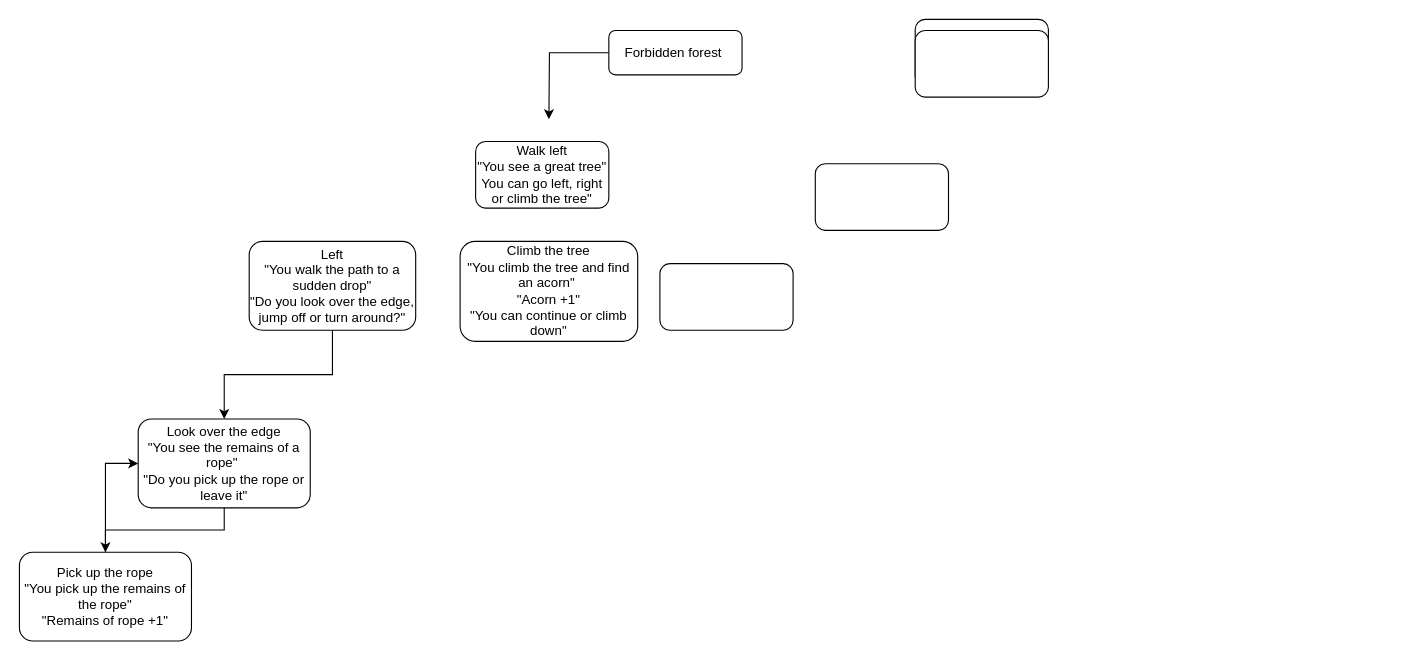
The draw.io diagram Untitled Diagram.drawio in Volenc/Volenc, before the edit. Source tidied: cells renumbered, new cells numbered last; positions are measured from the earlier drawing's top-left corner, leaving out a move shared by most shapes. Both pictures are drawn from the tidied source at 111%, with x=0, y=0 at pixel (19, 19).
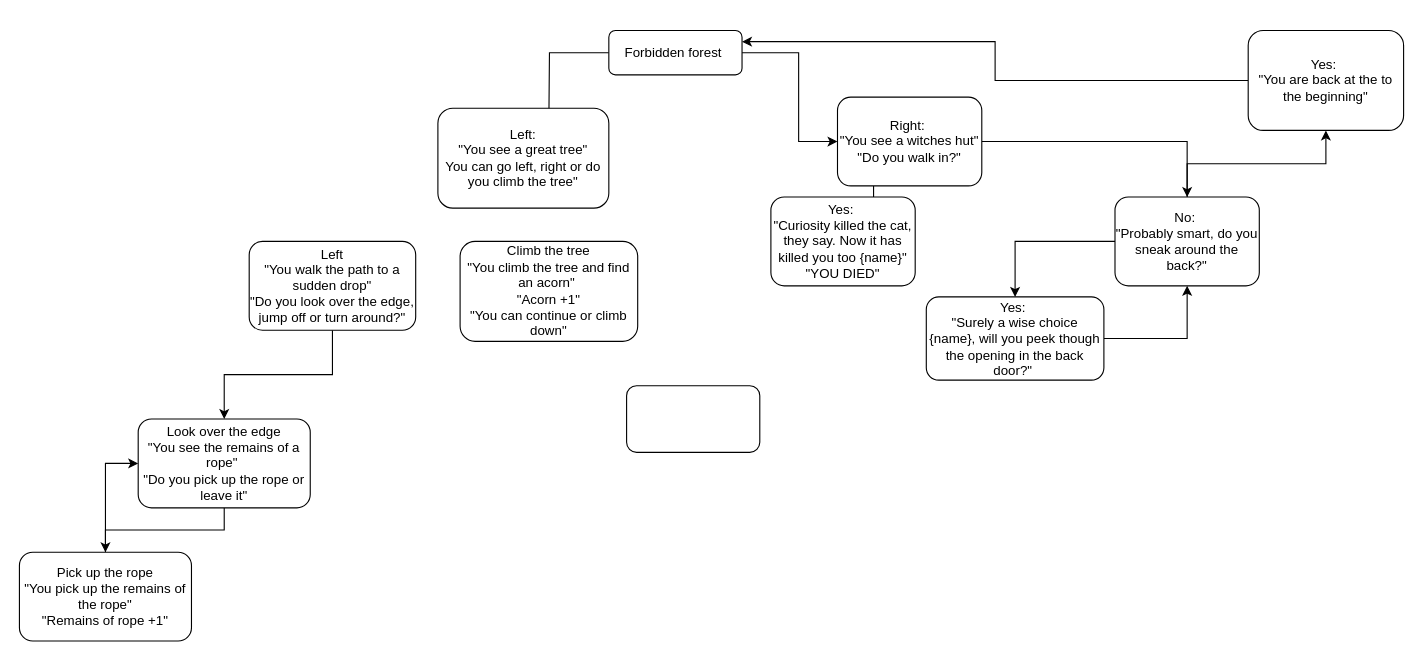
The same diagram, later.

Unchanged cells that the change refers to:
```xml
<mxCell id="3" value="Forbidden forest&amp;nbsp;" style="rounded=1;whiteSpace=wrap;html=1;fontSize=12;glass=0;strokeWidth=1;shadow=0;" parent="1" vertex="1">
  <mxGeometry x="531" y="10" width="120" height="40" as="geometry" />
</mxCell>
```

What changed in the source:
```diff
@@
+    <mxCell id="16" style="edgeStyle=orthogonalEdgeStyle;rounded=0;jettySize=auto;html=1;" parent="1" edge="1" source="3" target="19">
+      <mxGeometry relative="1" as="geometry">
+        <Array as="points">
+          <mxPoint x="702" y="30" />
+        </Array>
+      </mxGeometry>
+    </mxCell>
@@
-    <mxCell id="4" value="Walk left&lt;br&gt;&quot;You see a great tree&quot;&lt;br&gt;You can go left, right or climb the tree&quot;" style="rounded=1;whiteSpace=wrap;html=1;" parent="1" vertex="1">
-      <mxGeometry x="411" y="110" width="120" height="60" as="geometry" />
+    <mxCell id="4" value="Left:&lt;br&gt;&quot;You see a great tree&quot;&lt;br&gt;You can go left, right or do you climb the tree&quot;" style="rounded=1;whiteSpace=wrap;html=1;" parent="1" vertex="1">
+      <mxGeometry x="377" y="80" width="154" height="90" as="geometry" />
     </mxCell>
-    <mxCell id="5" style="rounded=1;whiteSpace=wrap;html=1;" parent="1" vertex="1">
-      <mxGeometry x="717" y="130" width="120" height="60" as="geometry" />
-    </mxCell>
@@
-    <mxCell id="9" style="rounded=1;whiteSpace=wrap;html=1;" parent="1" vertex="1">
-      <mxGeometry x="577" y="220" width="120" height="60" as="geometry" />
-    </mxCell>
-    <mxCell id="10" style="rounded=1;whiteSpace=wrap;html=1;" parent="1" vertex="1">
-      <mxGeometry x="807" width="120" height="60" as="geometry" />
-    </mxCell>
-    <mxCell id="11" style="rounded=1;whiteSpace=wrap;html=1;" parent="1" vertex="1">
-      <mxGeometry x="807" y="10" width="120" height="60" as="geometry" />
-    </mxCell>
@@
+    <mxCell id="17" style="edgeStyle=orthogonalEdgeStyle;rounded=0;jettySize=auto;html=1;" parent="1" edge="1" source="19" target="22">
+      <mxGeometry relative="1" as="geometry" />
+    </mxCell>
+    <mxCell id="18" style="edgeStyle=orthogonalEdgeStyle;rounded=0;jettySize=auto;html=1;exitX=0.25;exitY=1;exitDx=0;exitDy=0;" parent="1" edge="1" source="19" target="25">
+      <mxGeometry relative="1" as="geometry" />
+    </mxCell>
+    <mxCell id="19" value="Right:&amp;nbsp;&lt;br&gt;&quot;You see a witches hut&quot;&lt;br&gt;&quot;Do you walk in?&quot;" style="rounded=1;whiteSpace=wrap;html=1;fontSize=12;glass=0;strokeWidth=1;shadow=0;" parent="1" vertex="1">
+      <mxGeometry x="737" y="70" width="130" height="80" as="geometry" />
+    </mxCell>
+    <mxCell id="20" style="edgeStyle=orthogonalEdgeStyle;rounded=0;jettySize=auto;html=1;" parent="1" edge="1" source="22" target="24">
+      <mxGeometry relative="1" as="geometry" />
+    </mxCell>
+    <mxCell id="21" style="edgeStyle=orthogonalEdgeStyle;rounded=0;jettySize=auto;html=1;" parent="1" edge="1" source="22" target="27">
+      <mxGeometry relative="1" as="geometry" />
+    </mxCell>
+    <mxCell id="22" value="No:&amp;nbsp;&lt;br&gt;&quot;Probably smart, do you sneak around the back?&quot;" style="rounded=1;whiteSpace=wrap;html=1;fontSize=12;glass=0;strokeWidth=1;shadow=0;" parent="1" vertex="1">
+      <mxGeometry x="987" y="160" width="130" height="80" as="geometry" />
+    </mxCell>
+    <mxCell id="23" style="edgeStyle=orthogonalEdgeStyle;rounded=0;jettySize=auto;html=1;entryX=0.5;entryY=1;entryDx=0;entryDy=0;" parent="1" edge="1" source="24" target="22">
+      <mxGeometry relative="1" as="geometry" />
+    </mxCell>
+    <mxCell id="24" value="Yes:&amp;nbsp;&lt;br&gt;&quot;Surely a wise choice {name}, will you peek though the opening in the back door?&quot;&amp;nbsp;" style="rounded=1;whiteSpace=wrap;html=1;fontSize=12;glass=0;strokeWidth=1;shadow=0;" parent="1" vertex="1">
+      <mxGeometry x="817" y="250" width="160" height="75" as="geometry" />
+    </mxCell>
+    <mxCell id="25" value="Yes:&amp;nbsp;&lt;br&gt;&quot;Curiosity killed the cat, they say. Now it has killed you too {name}&quot;&lt;br&gt;&quot;YOU DIED&quot;" style="rounded=1;whiteSpace=wrap;html=1;fontSize=12;glass=0;strokeWidth=1;shadow=0;" parent="1" vertex="1">
+      <mxGeometry x="677" y="160" width="130" height="80" as="geometry" />
+    </mxCell>
+    <mxCell id="26" style="edgeStyle=orthogonalEdgeStyle;rounded=0;jettySize=auto;html=1;entryX=1;entryY=0.25;entryDx=0;entryDy=0;" parent="1" edge="1" source="27" target="3">
+      <mxGeometry relative="1" as="geometry" />
+    </mxCell>
+    <mxCell id="27" value="Yes:&amp;nbsp;&lt;br&gt;&quot;You are back at the to the beginning&quot;" style="rounded=1;whiteSpace=wrap;html=1;fontSize=12;glass=0;strokeWidth=1;shadow=0;" parent="1" vertex="1">
+      <mxGeometry x="1107" y="10" width="140" height="90" as="geometry" />
+    </mxCell>
+    <mxCell id="28" style="rounded=1;whiteSpace=wrap;html=1;" parent="1" vertex="1">
+      <mxGeometry x="547" y="330" width="120" height="60" as="geometry" />
+    </mxCell>
```
